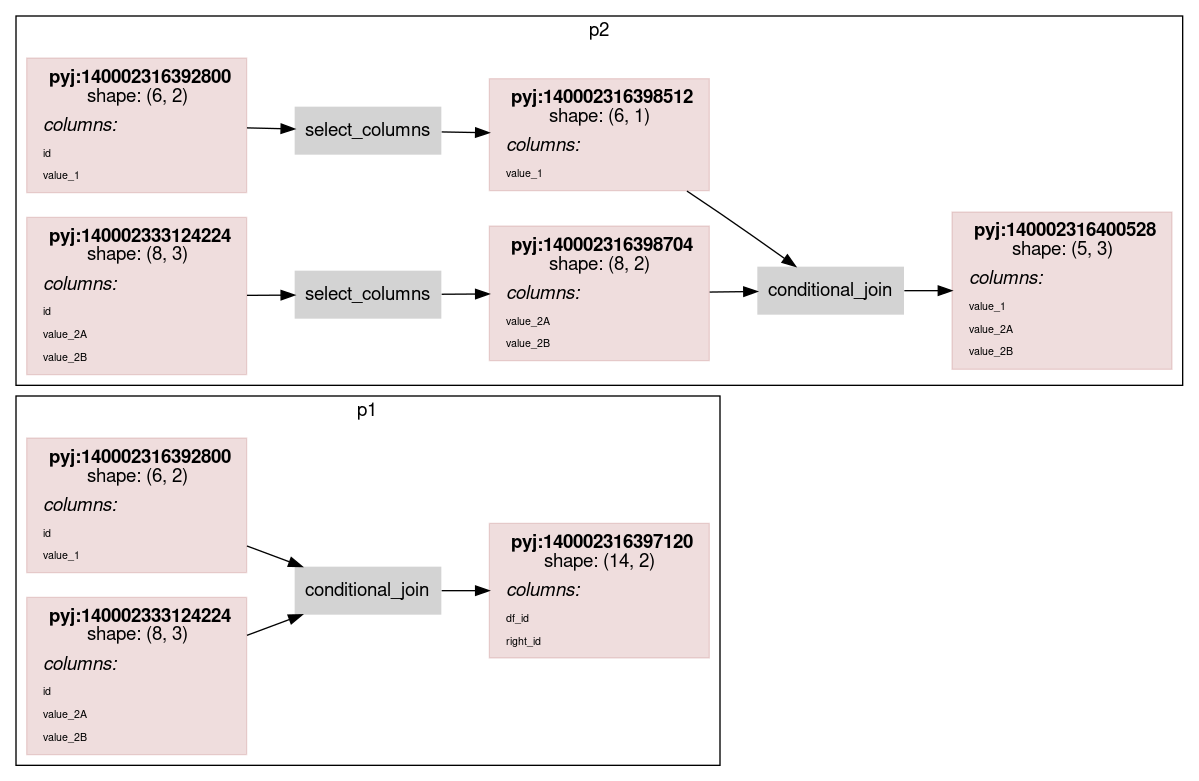
The Graphviz diagram scripts/rdflog/conditional_join_w_cmp.ttl.dot.png in asmirnov69/pyjviz-poc, before a commit. Its source is kept beside it as scripts/rdflog/conditional_join_w_cmp.ttl.dot. Its diagram source:
```dot
    digraph G {
    rankdir = "LR"
    fontname="Helvetica,Arial,sans-serif"
    node [
      style=filled
      shape=rect
      pencolor="#00000044" // frames color
      fontname="Helvetica,Arial,sans-serif"
      shape=plaintext
    ]
    edge [fontname="Helvetica,Arial,sans-serif"]

node0_0 [
                color="#88000022"
                shape = rect
                label = <<table border="0" cellborder="0" cellspacing="0" cellpadding="4">
                         <tr> <td> <b>pyj:140002316392800</b><br/>shape: (6, 2)</td> </tr>
                         <tr> <td align="left"><i>columns:</i><br align="left"/></td></tr>
                <tr><td align="left"><FONT POINT-SIZE="8px">id</FONT></td></tr>
<tr><td align="left"><FONT POINT-SIZE="8px">value_1</FONT></td></tr>
                         </table>>
                ];
node0_1 [
                color="#88000022"
                shape = rect
                label = <<table border="0" cellborder="0" cellspacing="0" cellpadding="4">
                         <tr> <td> <b>pyj:140002316397120</b><br/>shape: (14, 2)</td> </tr>
                         <tr> <td align="left"><i>columns:</i><br align="left"/></td></tr>
                <tr><td align="left"><FONT POINT-SIZE="8px">df_id</FONT></td></tr>
<tr><td align="left"><FONT POINT-SIZE="8px">right_id</FONT></td></tr>
                         </table>>
                ];
node0_2 [
                color="#88000022"
                shape = rect
                label = <<table border="0" cellborder="0" cellspacing="0" cellpadding="4">
                         <tr> <td> <b>pyj:140002333124224</b><br/>shape: (8, 3)</td> </tr>
                         <tr> <td align="left"><i>columns:</i><br align="left"/></td></tr>
                <tr><td align="left"><FONT POINT-SIZE="8px">id</FONT></td></tr>
<tr><td align="left"><FONT POINT-SIZE="8px">value_2A</FONT></td></tr>
<tr><td align="left"><FONT POINT-SIZE="8px">value_2B</FONT></td></tr>
                         </table>>
                ];
node0_3 [ label = "conditional_join" ];
subgraph cluster_0 {
label = "p1";
node0_0 -> node0_3;
node0_2 -> node0_3;
node0_3 -> node0_1;
}
node1_0 [
                color="#88000022"
                shape = rect
                label = <<table border="0" cellborder="0" cellspacing="0" cellpadding="4">
                         <tr> <td> <b>pyj:140002316392800</b><br/>shape: (6, 2)</td> </tr>
                         <tr> <td align="left"><i>columns:</i><br align="left"/></td></tr>
                <tr><td align="left"><FONT POINT-SIZE="8px">id</FONT></td></tr>
<tr><td align="left"><FONT POINT-SIZE="8px">value_1</FONT></td></tr>
                         </table>>
                ];
node1_1 [
                color="#88000022"
                shape = rect
                label = <<table border="0" cellborder="0" cellspacing="0" cellpadding="4">
                         <tr> <td> <b>pyj:140002333124224</b><br/>shape: (8, 3)</td> </tr>
                         <tr> <td align="left"><i>columns:</i><br align="left"/></td></tr>
                <tr><td align="left"><FONT POINT-SIZE="8px">id</FONT></td></tr>
<tr><td align="left"><FONT POINT-SIZE="8px">value_2A</FONT></td></tr>
<tr><td align="left"><FONT POINT-SIZE="8px">value_2B</FONT></td></tr>
                         </table>>
                ];
node1_2 [
                color="#88000022"
                shape = rect
                label = <<table border="0" cellborder="0" cellspacing="0" cellpadding="4">
                         <tr> <td> <b>pyj:140002316398512</b><br/>shape: (6, 1)</td> </tr>
                         <tr> <td align="left"><i>columns:</i><br align="left"/></td></tr>
                <tr><td align="left"><FONT POINT-SIZE="8px">value_1</FONT></td></tr>
                         </table>>
                ];
node1_3 [
                color="#88000022"
                shape = rect
                label = <<table border="0" cellborder="0" cellspacing="0" cellpadding="4">
                         <tr> <td> <b>pyj:140002316398704</b><br/>shape: (8, 2)</td> </tr>
                         <tr> <td align="left"><i>columns:</i><br align="left"/></td></tr>
                <tr><td align="left"><FONT POINT-SIZE="8px">value_2A</FONT></td></tr>
<tr><td align="left"><FONT POINT-SIZE="8px">value_2B</FONT></td></tr>
                         </table>>
                ];
node1_4 [
                color="#88000022"
                shape = rect
                label = <<table border="0" cellborder="0" cellspacing="0" cellpadding="4">
                         <tr> <td> <b>pyj:140002316400528</b><br/>shape: (5, 3)</td> </tr>
                         <tr> <td align="left"><i>columns:</i><br align="left"/></td></tr>
                <tr><td align="left"><FONT POINT-SIZE="8px">value_1</FONT></td></tr>
<tr><td align="left"><FONT POINT-SIZE="8px">value_2A</FONT></td></tr>
<tr><td align="left"><FONT POINT-SIZE="8px">value_2B</FONT></td></tr>
                         </table>>
                ];
node1_5 [ label = "select_columns" ];
node1_6 [ label = "select_columns" ];
node1_7 [ label = "conditional_join" ];
subgraph cluster_1 {
label = "p2";
node1_0 -> node1_5;
node1_2 -> node1_7;
node1_1 -> node1_6;
node1_3 -> node1_7;
node1_5 -> node1_2;
node1_6 -> node1_3;
node1_7 -> node1_4;
}
}
```
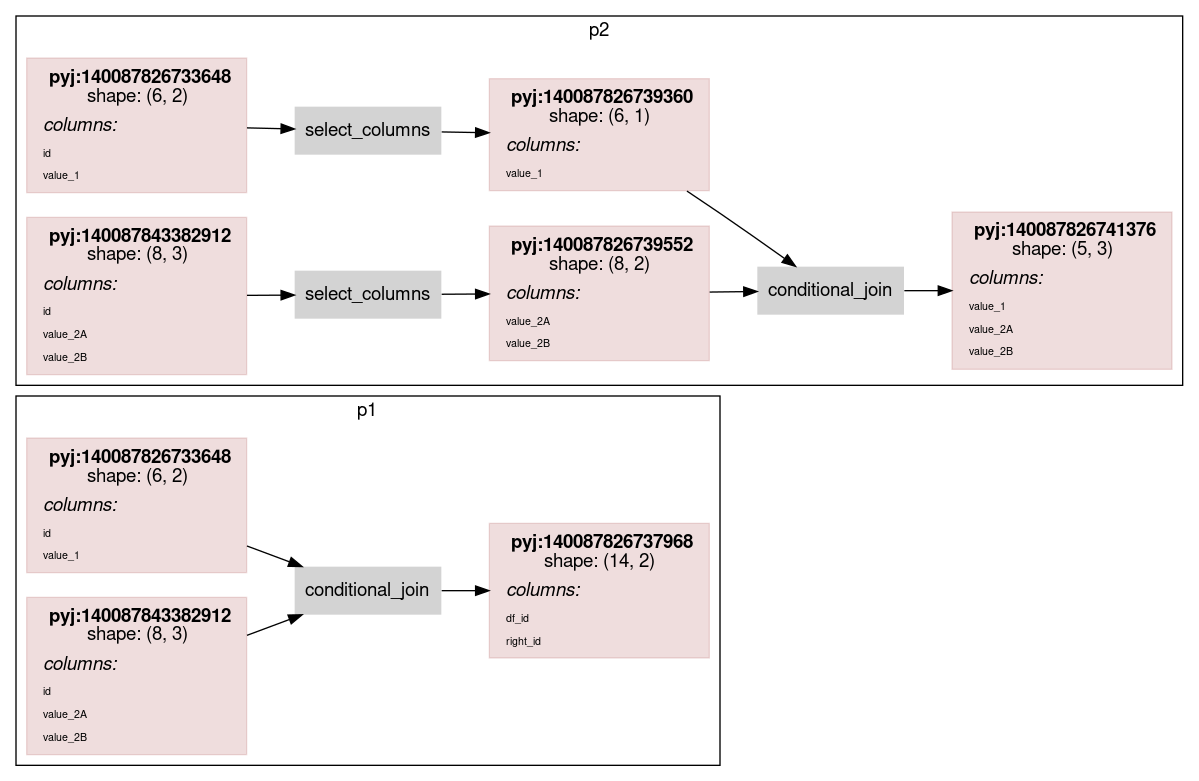
Above is the later version.

The edit, as a diff of the source:
```diff
@@ -14,7 +14,7 @@
                 color="#88000022"
                 shape = rect
                 label = <<table border="0" cellborder="0" cellspacing="0" cellpadding="4">
-                         <tr> <td> <b>pyj:140002316392800</b><br/>shape: (6, 2)</td> </tr>
+                         <tr> <td> <b>pyj:140087826733648</b><br/>shape: (6, 2)</td> </tr>
                          <tr> <td align="left"><i>columns:</i><br align="left"/></td></tr>
                 <tr><td align="left"><FONT POINT-SIZE="8px">id</FONT></td></tr>
 <tr><td align="left"><FONT POINT-SIZE="8px">value_1</FONT></td></tr>
@@ -24,7 +24,7 @@
                 color="#88000022"
                 shape = rect
                 label = <<table border="0" cellborder="0" cellspacing="0" cellpadding="4">
-                         <tr> <td> <b>pyj:140002316397120</b><br/>shape: (14, 2)</td> </tr>
+                         <tr> <td> <b>pyj:140087826737968</b><br/>shape: (14, 2)</td> </tr>
                          <tr> <td align="left"><i>columns:</i><br align="left"/></td></tr>
                 <tr><td align="left"><FONT POINT-SIZE="8px">df_id</FONT></td></tr>
 <tr><td align="left"><FONT POINT-SIZE="8px">right_id</FONT></td></tr>
@@ -34,7 +34,7 @@
                 color="#88000022"
                 shape = rect
                 label = <<table border="0" cellborder="0" cellspacing="0" cellpadding="4">
-                         <tr> <td> <b>pyj:140002333124224</b><br/>shape: (8, 3)</td> </tr>
+                         <tr> <td> <b>pyj:140087843382912</b><br/>shape: (8, 3)</td> </tr>
                          <tr> <td align="left"><i>columns:</i><br align="left"/></td></tr>
                 <tr><td align="left"><FONT POINT-SIZE="8px">id</FONT></td></tr>
 <tr><td align="left"><FONT POINT-SIZE="8px">value_2A</FONT></td></tr>
@@ -52,7 +52,7 @@
                 color="#88000022"
                 shape = rect
                 label = <<table border="0" cellborder="0" cellspacing="0" cellpadding="4">
-                         <tr> <td> <b>pyj:140002316392800</b><br/>shape: (6, 2)</td> </tr>
+                         <tr> <td> <b>pyj:140087826733648</b><br/>shape: (6, 2)</td> </tr>
                          <tr> <td align="left"><i>columns:</i><br align="left"/></td></tr>
                 <tr><td align="left"><FONT POINT-SIZE="8px">id</FONT></td></tr>
 <tr><td align="left"><FONT POINT-SIZE="8px">value_1</FONT></td></tr>
@@ -62,7 +62,7 @@
                 color="#88000022"
                 shape = rect
                 label = <<table border="0" cellborder="0" cellspacing="0" cellpadding="4">
-                         <tr> <td> <b>pyj:140002333124224</b><br/>shape: (8, 3)</td> </tr>
+                         <tr> <td> <b>pyj:140087843382912</b><br/>shape: (8, 3)</td> </tr>
                          <tr> <td align="left"><i>columns:</i><br align="left"/></td></tr>
                 <tr><td align="left"><FONT POINT-SIZE="8px">id</FONT></td></tr>
 <tr><td align="left"><FONT POINT-SIZE="8px">value_2A</FONT></td></tr>
@@ -73,7 +73,7 @@
                 color="#88000022"
                 shape = rect
                 label = <<table border="0" cellborder="0" cellspacing="0" cellpadding="4">
-                         <tr> <td> <b>pyj:140002316398512</b><br/>shape: (6, 1)</td> </tr>
+                         <tr> <td> <b>pyj:140087826739360</b><br/>shape: (6, 1)</td> </tr>
                          <tr> <td align="left"><i>columns:</i><br align="left"/></td></tr>
                 <tr><td align="left"><FONT POINT-SIZE="8px">value_1</FONT></td></tr>
                          </table>>
@@ -82,7 +82,7 @@
                 color="#88000022"
                 shape = rect
                 label = <<table border="0" cellborder="0" cellspacing="0" cellpadding="4">
-                         <tr> <td> <b>pyj:140002316398704</b><br/>shape: (8, 2)</td> </tr>
+                         <tr> <td> <b>pyj:140087826739552</b><br/>shape: (8, 2)</td> </tr>
                          <tr> <td align="left"><i>columns:</i><br align="left"/></td></tr>
                 <tr><td align="left"><FONT POINT-SIZE="8px">value_2A</FONT></td></tr>
 <tr><td align="left"><FONT POINT-SIZE="8px">value_2B</FONT></td></tr>
@@ -92,7 +92,7 @@
                 color="#88000022"
                 shape = rect
                 label = <<table border="0" cellborder="0" cellspacing="0" cellpadding="4">
-                         <tr> <td> <b>pyj:140002316400528</b><br/>shape: (5, 3)</td> </tr>
+                         <tr> <td> <b>pyj:140087826741376</b><br/>shape: (5, 3)</td> </tr>
                          <tr> <td align="left"><i>columns:</i><br align="left"/></td></tr>
                 <tr><td align="left"><FONT POINT-SIZE="8px">value_1</FONT></td></tr>
 <tr><td align="left"><FONT POINT-SIZE="8px">value_2A</FONT></td></tr>
```
